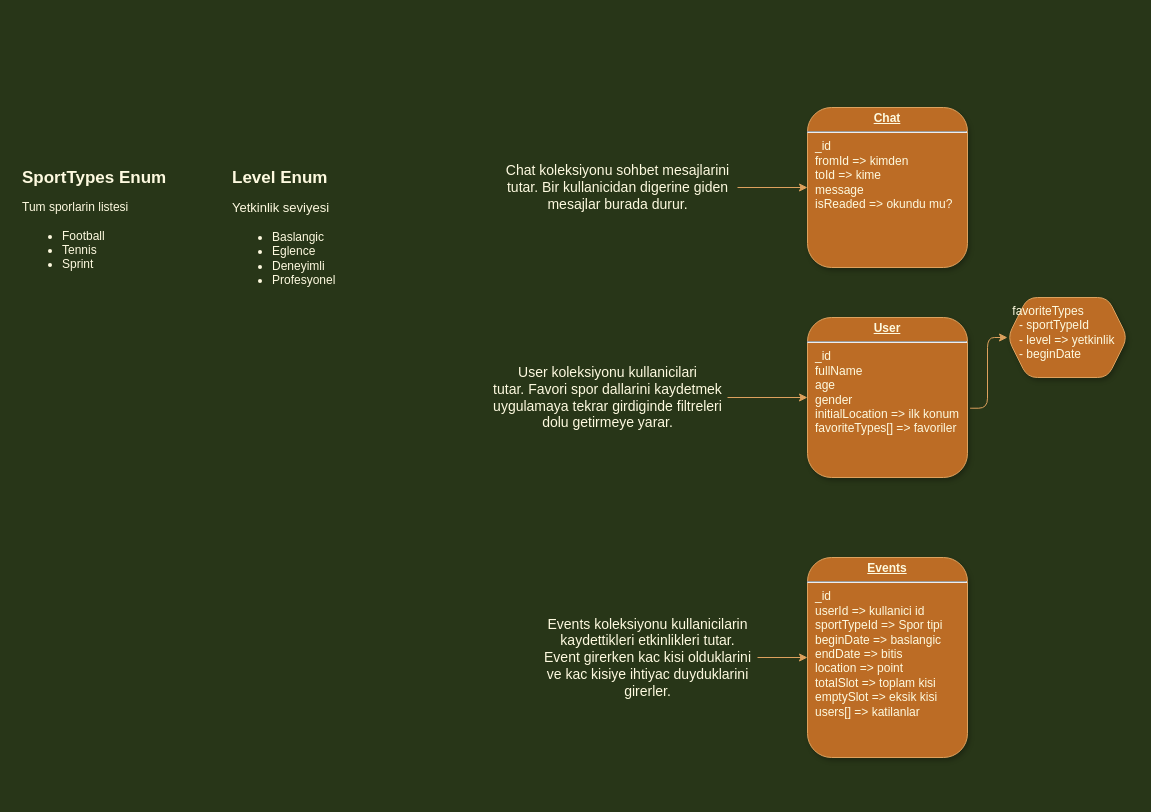
sports-friend/diagram keeps this draw.io diagram as Untitled Diagram.drawio. Above is the earlier version. Source tidied: cells renumbered, new cells numbered last; positions are measured from the earlier drawing's top-left corner, leaving out a move shared by most shapes. Both pictures are drawn from the tidied source at 100%, with x=0, y=0 at pixel (17, 107).
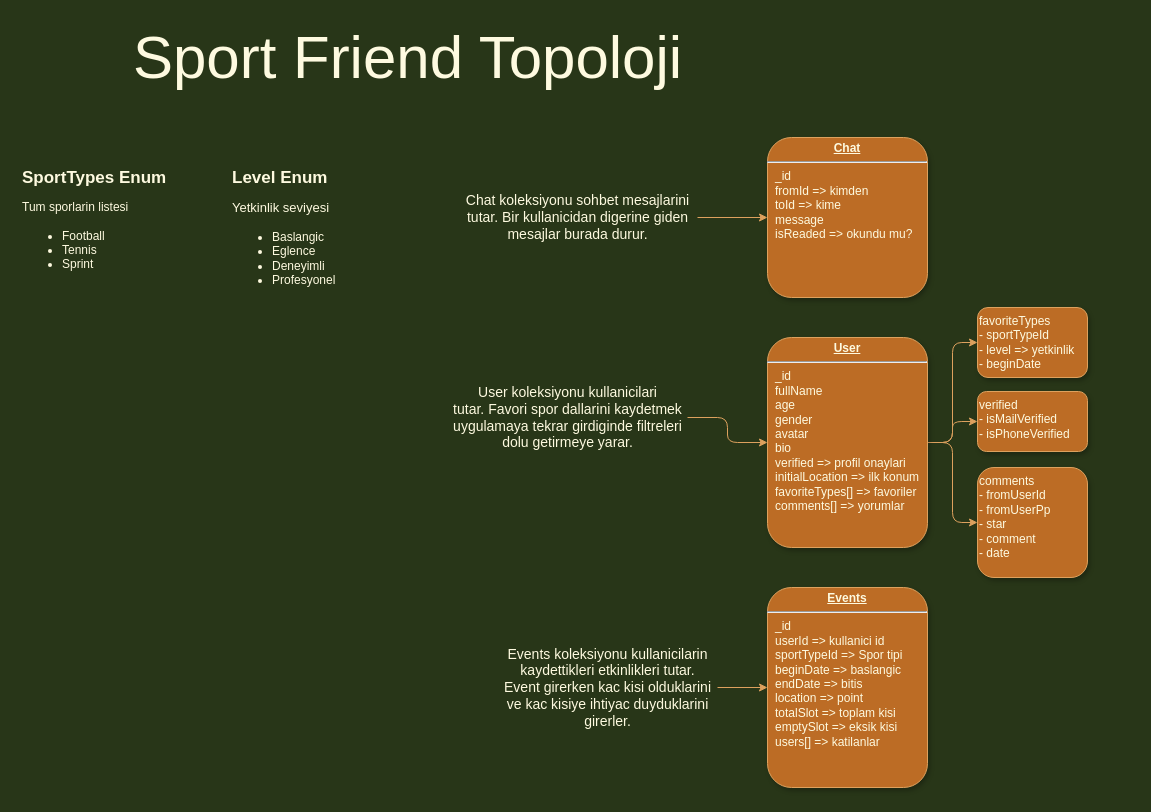
After the change.

Change to the diagram source:
```diff
@@
-    <mxCell id="3" value="&lt;p style=&quot;margin: 0px ; margin-top: 4px ; text-align: center ; text-decoration: underline&quot;&gt;&lt;strong&gt;Chat&lt;/strong&gt;&lt;/p&gt;&lt;hr&gt;&lt;p style=&quot;margin: 0px ; margin-left: 8px&quot;&gt;_id&lt;/p&gt;&lt;p style=&quot;margin: 0px ; margin-left: 8px&quot;&gt;fromId =&amp;gt; kimden&lt;/p&gt;&lt;p style=&quot;margin: 0px ; margin-left: 8px&quot;&gt;toId =&amp;gt; kime&lt;/p&gt;&lt;p style=&quot;margin: 0px ; margin-left: 8px&quot;&gt;message&lt;/p&gt;&lt;p style=&quot;margin: 0px ; margin-left: 8px&quot;&gt;isReaded =&amp;gt; okundu mu?&lt;/p&gt;" style="verticalAlign=top;align=left;overflow=fill;fontSize=12;fontFamily=Helvetica;html=1;strokeColor=#DDA15E;shadow=1;fillColor=#BC6C25;fontColor=#FEFAE0;rounded=1;" parent="1" vertex="1">
-      <mxGeometry x="790" width="160" height="160" as="geometry" />
-    </mxCell>
     <mxCell id="4" style="group;" parent="1" vertex="1">
-      <mxGeometry x="520" y="450" width="430" height="200" as="geometry" />
+      <mxGeometry x="480" y="480" width="430" height="200" as="geometry" />
     </mxCell>
@@
+    <mxCell id="17" value="Sport Friend Topoloji" style="text;html=1;align=center;verticalAlign=middle;strokeColor=none;fillColor=none;fontSize=60;fontColor=#FEFAE0;" parent="1" vertex="1">
+      <mxGeometry x="110" y="-90" width="560" height="80" as="geometry" />
+    </mxCell>
+    <mxCell id="18" style="group;" parent="1" vertex="1">
+      <mxGeometry x="440" y="30" width="470" height="160" as="geometry" />
+    </mxCell>
+    <mxCell id="3" value="&lt;p style=&quot;margin: 0px ; margin-top: 4px ; text-align: center ; text-decoration: underline&quot;&gt;&lt;strong&gt;Chat&lt;/strong&gt;&lt;/p&gt;&lt;hr&gt;&lt;p style=&quot;margin: 0px ; margin-left: 8px&quot;&gt;_id&lt;/p&gt;&lt;p style=&quot;margin: 0px ; margin-left: 8px&quot;&gt;fromId =&amp;gt; kimden&lt;/p&gt;&lt;p style=&quot;margin: 0px ; margin-left: 8px&quot;&gt;toId =&amp;gt; kime&lt;/p&gt;&lt;p style=&quot;margin: 0px ; margin-left: 8px&quot;&gt;message&lt;/p&gt;&lt;p style=&quot;margin: 0px ; margin-left: 8px&quot;&gt;isReaded =&amp;gt; okundu mu?&lt;/p&gt;" style="verticalAlign=top;align=left;overflow=fill;fontSize=12;fontFamily=Helvetica;html=1;strokeColor=#DDA15E;shadow=1;fillColor=#BC6C25;fontColor=#FEFAE0;rounded=1;" parent="18" vertex="1">
+      <mxGeometry x="310" width="160" height="160" as="geometry" />
+    </mxCell>
-    <mxCell id="9" style="edgeStyle=orthogonalEdgeStyle;curved=0;rounded=1;sketch=0;jettySize=auto;html=1;fontSize=13;fontColor=#FEFAE0;strokeColor=#DDA15E;fillColor=#BC6C25;" parent="1" edge="1" source="10" target="3">
+    <mxCell id="9" style="edgeStyle=orthogonalEdgeStyle;curved=0;rounded=1;sketch=0;jettySize=auto;html=1;fontSize=13;fontColor=#FEFAE0;strokeColor=#DDA15E;fillColor=#BC6C25;" parent="18" edge="1" source="10" target="3">
       <mxGeometry relative="1" as="geometry" />
     </mxCell>
-    <mxCell id="10" value="Chat koleksiyonu sohbet mesajlarini&lt;br&gt;tutar. Bir kullanicidan digerine giden&lt;br&gt;mesajlar burada durur." style="text;html=1;align=center;verticalAlign=middle;points=[];strokeColor=none;fillColor=none;fontSize=14;rounded=1;fontColor=#FEFAE0;" parent="1" vertex="1">
-      <mxGeometry x="480" y="50" width="240" height="60" as="geometry" />
+    <mxCell id="10" value="Chat koleksiyonu sohbet mesajlarini&lt;br&gt;tutar. Bir kullanicidan digerine giden&lt;br&gt;mesajlar burada durur." style="text;html=1;align=center;verticalAlign=middle;points=[];strokeColor=none;fillColor=none;fontSize=14;rounded=1;fontColor=#FEFAE0;" parent="18" vertex="1">
+      <mxGeometry y="50" width="240" height="60" as="geometry" />
     </mxCell>
+    <mxCell id="19" style="group;" parent="1" vertex="1">
+      <mxGeometry x="430" y="200" width="640" height="270" as="geometry" />
+    </mxCell>
+    <mxCell id="20" value="comments&lt;br&gt;- fromUserId&lt;br&gt;- fromUserPp&lt;br&gt;- star&lt;br&gt;- comment&lt;br&gt;- date" style="whiteSpace=wrap;html=1;align=left;verticalAlign=top;fillColor=#BC6C25;strokeColor=#DDA15E;fontColor=#FEFAE0;shadow=1;rounded=1;" parent="19" vertex="1">
+      <mxGeometry x="530" y="160" width="110" height="110" as="geometry" />
+    </mxCell>
+    <mxCell id="21" style="edgeStyle=orthogonalEdgeStyle;curved=0;rounded=1;sketch=0;jettySize=auto;html=1;fontSize=13;fontColor=#FEFAE0;strokeColor=#DDA15E;fillColor=#BC6C25;" parent="19" edge="1" source="14" target="20">
+      <mxGeometry relative="1" as="geometry" />
+    </mxCell>
-    <mxCell id="11" value="&lt;span style=&quot;white-space: pre&quot;&gt; &lt;/span&gt;favoriteTypes&lt;br&gt;&amp;nbsp; &amp;nbsp;- sportTypeId&lt;br&gt;&amp;nbsp; &amp;nbsp;- level =&amp;gt; yetkinlik&lt;br&gt;&amp;nbsp; &amp;nbsp;- beginDate" style="shape=hexagon;perimeter=hexagonPerimeter2;whiteSpace=wrap;html=1;fixedSize=1;align=left;verticalAlign=top;fillColor=#BC6C25;strokeColor=#DDA15E;fontColor=#FEFAE0;shadow=1;rounded=1;" parent="1" vertex="1">
-      <mxGeometry x="990" y="190" width="120" height="80" as="geometry" />
+    <mxCell id="11" value="&lt;span&gt; &lt;/span&gt;&lt;span&gt;favoriteTypes&lt;/span&gt;&lt;br&gt;&lt;span&gt;- sportTypeId&lt;/span&gt;&lt;br&gt;&lt;span&gt;- level =&amp;gt; yetkinlik&lt;/span&gt;&lt;br&gt;&lt;span&gt;- beginDate&lt;/span&gt;" style="whiteSpace=wrap;html=1;align=left;verticalAlign=top;fillColor=#BC6C25;strokeColor=#DDA15E;fontColor=#FEFAE0;shadow=1;rounded=1;" parent="19" vertex="1">
+      <mxGeometry x="530" width="110" height="70" as="geometry" />
     </mxCell>
-    <mxCell id="12" style="edgeStyle=orthogonalEdgeStyle;curved=0;rounded=1;sketch=0;jettySize=auto;html=1;fontSize=13;fontColor=#FEFAE0;strokeColor=#DDA15E;fillColor=#BC6C25;exitX=1.016;exitY=0.567;exitDx=0;exitDy=0;exitPerimeter=0;" parent="1" edge="1" source="14" target="11">
+    <mxCell id="12" style="edgeStyle=orthogonalEdgeStyle;curved=0;rounded=1;sketch=0;jettySize=auto;html=1;fontSize=13;fontColor=#FEFAE0;strokeColor=#DDA15E;fillColor=#BC6C25;" parent="19" edge="1" source="14" target="11">
       <mxGeometry relative="1" as="geometry" />
     </mxCell>
-    <mxCell id="13" style="group;" parent="1" vertex="1">
-      <mxGeometry x="470" y="210" width="480" height="160" as="geometry" />
-    </mxCell>
+    <mxCell id="22" value="verified&lt;br&gt;- isMailVerified&lt;br&gt;- isPhoneVerified" style="whiteSpace=wrap;html=1;align=left;verticalAlign=top;fillColor=#BC6C25;strokeColor=#DDA15E;fontColor=#FEFAE0;shadow=1;rounded=1;" parent="19" vertex="1">
+      <mxGeometry x="530" y="84" width="110" height="60" as="geometry" />
+    </mxCell>
+    <mxCell id="23" style="edgeStyle=orthogonalEdgeStyle;curved=0;rounded=1;sketch=0;jettySize=auto;html=1;fontSize=13;fontColor=#FEFAE0;strokeColor=#DDA15E;fillColor=#BC6C25;" parent="19" edge="1" source="14" target="22">
+      <mxGeometry relative="1" as="geometry" />
+    </mxCell>
+    <mxCell id="24" style="group;" parent="19" vertex="1">
+      <mxGeometry y="30" width="480" height="210" as="geometry" />
+    </mxCell>
-    <mxCell id="14" value="&lt;p style=&quot;margin: 0px ; margin-top: 4px ; text-align: center ; text-decoration: underline&quot;&gt;&lt;strong&gt;User&lt;/strong&gt;&lt;/p&gt;&lt;hr&gt;&lt;p style=&quot;margin: 0px ; margin-left: 8px&quot;&gt;_id&lt;/p&gt;&lt;p style=&quot;margin: 0px ; margin-left: 8px&quot;&gt;fullName&lt;/p&gt;&lt;p style=&quot;margin: 0px ; margin-left: 8px&quot;&gt;age&lt;/p&gt;&lt;p style=&quot;margin: 0px ; margin-left: 8px&quot;&gt;gender&lt;/p&gt;&lt;p style=&quot;margin: 0px ; margin-left: 8px&quot;&gt;initialLocation =&amp;gt; ilk konum&lt;/p&gt;&lt;p style=&quot;margin: 0px ; margin-left: 8px&quot;&gt;favoriteTypes[] =&amp;gt; favoriler&lt;/p&gt;" style="verticalAlign=top;align=left;overflow=fill;fontSize=12;fontFamily=Helvetica;html=1;strokeColor=#DDA15E;shadow=1;fillColor=#BC6C25;fontColor=#FEFAE0;rounded=1;" parent="13" vertex="1">
-      <mxGeometry x="320" width="160" height="160" as="geometry" />
+    <mxCell id="14" value="&lt;p style=&quot;margin: 0px ; margin-top: 4px ; text-align: center ; text-decoration: underline&quot;&gt;&lt;strong&gt;User&lt;/strong&gt;&lt;/p&gt;&lt;hr&gt;&lt;p style=&quot;margin: 0px ; margin-left: 8px&quot;&gt;_id&lt;/p&gt;&lt;p style=&quot;margin: 0px ; margin-left: 8px&quot;&gt;fullName&lt;/p&gt;&lt;p style=&quot;margin: 0px ; margin-left: 8px&quot;&gt;age&lt;/p&gt;&lt;p style=&quot;margin: 0px ; margin-left: 8px&quot;&gt;gender&lt;/p&gt;&lt;p style=&quot;margin: 0px ; margin-left: 8px&quot;&gt;avatar&lt;/p&gt;&lt;p style=&quot;margin: 0px ; margin-left: 8px&quot;&gt;bio&lt;/p&gt;&lt;p style=&quot;margin: 0px ; margin-left: 8px&quot;&gt;verified =&amp;gt; profil onaylari&lt;/p&gt;&lt;p style=&quot;margin: 0px ; margin-left: 8px&quot;&gt;initialLocation =&amp;gt; ilk konum&lt;/p&gt;&lt;p style=&quot;margin: 0px ; margin-left: 8px&quot;&gt;favoriteTypes[] =&amp;gt; favoriler&lt;/p&gt;&lt;p style=&quot;margin: 0px ; margin-left: 8px&quot;&gt;comments[] =&amp;gt; yorumlar&lt;/p&gt;" style="verticalAlign=top;align=left;overflow=fill;fontSize=12;fontFamily=Helvetica;html=1;strokeColor=#DDA15E;shadow=1;fillColor=#BC6C25;fontColor=#FEFAE0;rounded=1;" parent="24" vertex="1">
+      <mxGeometry x="320" width="160" height="210" as="geometry" />
     </mxCell>
-    <mxCell id="15" style="edgeStyle=orthogonalEdgeStyle;rounded=1;jettySize=auto;html=1;fontSize=14;labelBackgroundColor=#283618;strokeColor=#DDA15E;fontColor=#FEFAE0;" parent="13" edge="1" source="16" target="14">
+    <mxCell id="15" style="edgeStyle=orthogonalEdgeStyle;rounded=1;jettySize=auto;html=1;fontSize=14;labelBackgroundColor=#283618;strokeColor=#DDA15E;fontColor=#FEFAE0;" parent="24" edge="1" source="16" target="14">
       <mxGeometry relative="1" as="geometry" />
     </mxCell>
-    <mxCell id="16" value="User koleksiyonu kullanicilari&lt;br&gt;tutar. Favori spor dallarini kaydetmek&lt;br&gt;uygulamaya tekrar girdiginde filtreleri&lt;br&gt;dolu getirmeye yarar." style="text;html=1;align=center;verticalAlign=middle;points=[];strokeColor=none;fillColor=none;fontSize=14;rounded=1;fontColor=#FEFAE0;" parent="13" vertex="1">
+    <mxCell id="16" value="User koleksiyonu kullanicilari&lt;br&gt;tutar. Favori spor dallarini kaydetmek&lt;br&gt;uygulamaya tekrar girdiginde filtreleri&lt;br&gt;dolu getirmeye yarar." style="text;html=1;align=center;verticalAlign=middle;points=[];strokeColor=none;fillColor=none;fontSize=14;rounded=1;fontColor=#FEFAE0;" parent="24" vertex="1">
       <mxGeometry y="45" width="240" height="70" as="geometry" />
     </mxCell>
```
